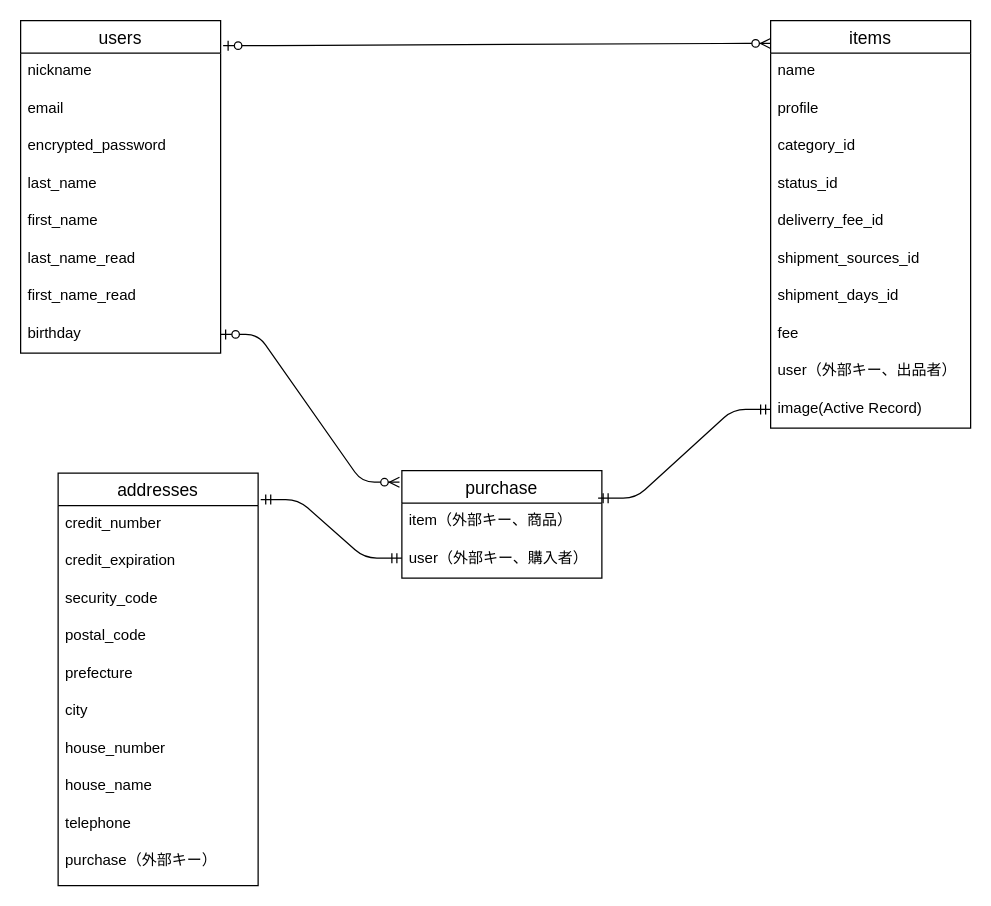
Earlier version of the draw.io diagram furima-34432.dio (DaikiTanaka34432/furima-34432). Source tidied: cells renumbered, new cells numbered last; positions are measured from the earlier drawing's top-left corner, leaving out a move shared by most shapes. Both pictures are drawn from the tidied source at 125%, with x=0, y=0 at pixel (20, 20).
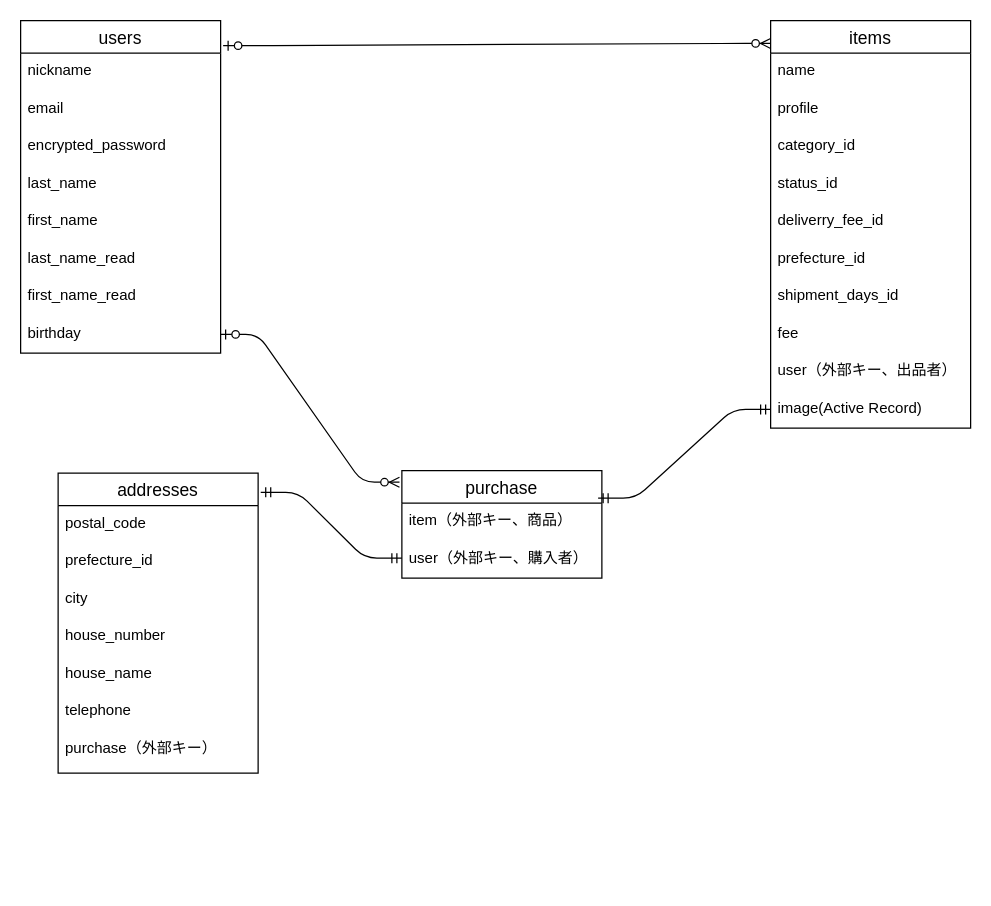
The same diagram, later.

Commit message (it also covers changes not shown here):
ER図及びDB設計の修正(2)

The change refers to these unchanged cells:
```xml
<mxCell id="5" value="items" style="swimlane;fontStyle=0;horizontal=1;startSize=26;align=center;fontSize=14;" parent="1" vertex="1">
  <mxGeometry x="600" width="160" height="326" as="geometry" />
</mxCell>
```

Diff of the diagram source:
```diff
@@
-    <mxCell id="11" value="shipment_sources_id&#10;&#10;" style="text;strokeColor=none;fillColor=none;spacingLeft=4;spacingRight=4;overflow=hidden;fontSize=12;" parent="5" vertex="1">
+    <mxCell id="11" value="prefecture_id&#10;" style="text;strokeColor=none;fillColor=none;spacingLeft=4;spacingRight=4;overflow=hidden;fontSize=12;" parent="5" vertex="1">
       <mxGeometry y="176" width="160" height="30" as="geometry" />
     </mxCell>
@@
     <mxCell id="28" value="addresses" style="swimlane;fontStyle=0;horizontal=1;startSize=26;align=center;fontSize=14;" parent="1" vertex="1">
-      <mxGeometry x="30" y="362" width="160" height="330" as="geometry" />
+      <mxGeometry x="30" y="362" width="160" height="240" as="geometry" />
     </mxCell>
-    <mxCell id="29" value="credit_number" style="text;strokeColor=none;fillColor=none;spacingLeft=4;spacingRight=4;overflow=hidden;fontSize=12;" parent="28" vertex="1">
-      <mxGeometry y="26" width="160" height="30" as="geometry" />
-    </mxCell>
-    <mxCell id="30" value="credit_expiration" style="text;strokeColor=none;fillColor=none;spacingLeft=4;spacingRight=4;overflow=hidden;fontSize=12;" parent="28" vertex="1">
-      <mxGeometry y="56" width="160" height="30" as="geometry" />
-    </mxCell>
-    <mxCell id="31" value="security_code" style="text;strokeColor=none;fillColor=none;spacingLeft=4;spacingRight=4;overflow=hidden;fontSize=12;" parent="28" vertex="1">
-      <mxGeometry y="86" width="160" height="30" as="geometry" />
-    </mxCell>
     <mxCell id="32" value="postal_code" style="text;strokeColor=none;fillColor=none;spacingLeft=4;spacingRight=4;overflow=hidden;fontSize=12;" parent="28" vertex="1">
-      <mxGeometry y="116" width="160" height="30" as="geometry" />
+      <mxGeometry y="26" width="160" height="30" as="geometry" />
     </mxCell>
-    <mxCell id="33" value="prefecture" style="text;strokeColor=none;fillColor=none;spacingLeft=4;spacingRight=4;overflow=hidden;fontSize=12;" parent="28" vertex="1">
-      <mxGeometry y="146" width="160" height="30" as="geometry" />
+    <mxCell id="33" value="prefecture_id" style="text;strokeColor=none;fillColor=none;spacingLeft=4;spacingRight=4;overflow=hidden;fontSize=12;" parent="28" vertex="1">
+      <mxGeometry y="56" width="160" height="30" as="geometry" />
     </mxCell>
     <mxCell id="34" value="city" style="text;strokeColor=none;fillColor=none;spacingLeft=4;spacingRight=4;overflow=hidden;fontSize=12;" parent="28" vertex="1">
-      <mxGeometry y="176" width="160" height="30" as="geometry" />
+      <mxGeometry y="86" width="160" height="30" as="geometry" />
     </mxCell>
     <mxCell id="35" value="house_number" style="text;strokeColor=none;fillColor=none;spacingLeft=4;spacingRight=4;overflow=hidden;fontSize=12;" parent="28" vertex="1">
-      <mxGeometry y="206" width="160" height="30" as="geometry" />
+      <mxGeometry y="116" width="160" height="30" as="geometry" />
     </mxCell>
     <mxCell id="36" value="house_name" style="text;strokeColor=none;fillColor=none;spacingLeft=4;spacingRight=4;overflow=hidden;fontSize=12;" parent="28" vertex="1">
-      <mxGeometry y="236" width="160" height="30" as="geometry" />
+      <mxGeometry y="146" width="160" height="30" as="geometry" />
     </mxCell>
     <mxCell id="37" value="telephone" style="text;strokeColor=none;fillColor=none;spacingLeft=4;spacingRight=4;overflow=hidden;fontSize=12;" parent="28" vertex="1">
-      <mxGeometry y="266" width="160" height="30" as="geometry" />
+      <mxGeometry y="176" width="160" height="30" as="geometry" />
     </mxCell>
     <mxCell id="38" value="purchase（外部キー）" style="text;strokeColor=none;fillColor=none;spacingLeft=4;spacingRight=4;overflow=hidden;fontSize=12;" parent="28" vertex="1">
-      <mxGeometry y="296" width="160" height="34" as="geometry" />
+      <mxGeometry y="206" width="160" height="34" as="geometry" />
     </mxCell>
```
